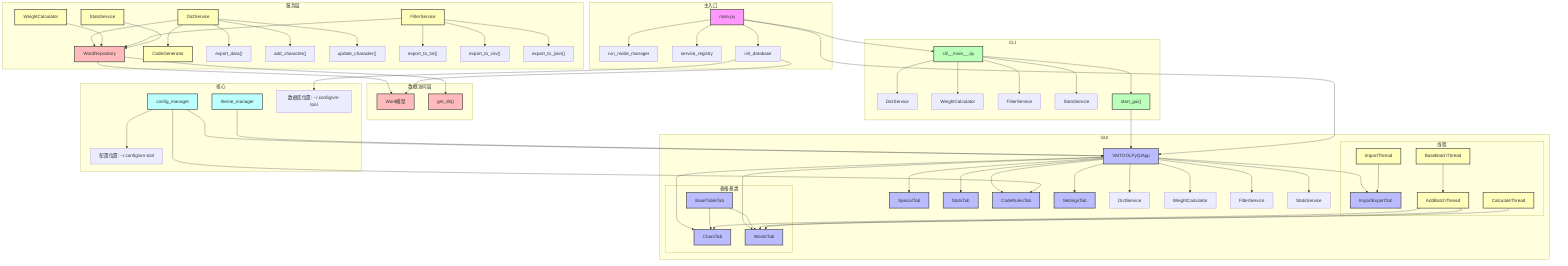
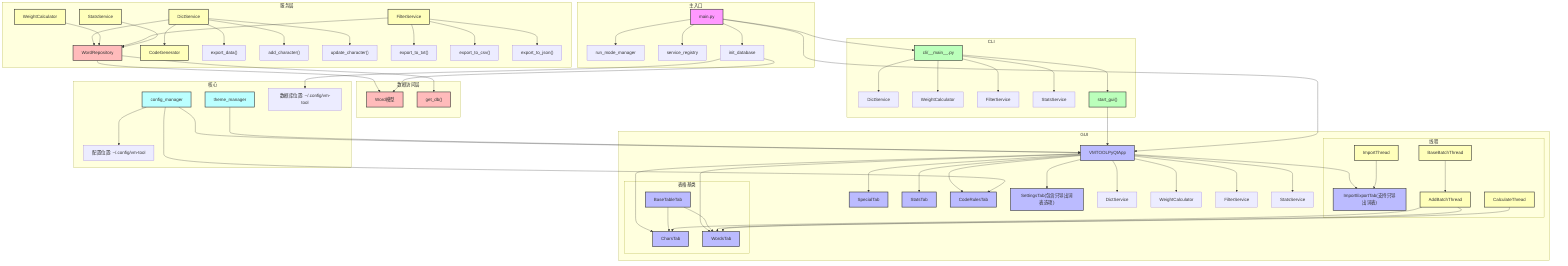
flowchart TD
    subgraph 主入口
        main["main.py"] --> run_mode["run_mode_manager"]
        main --> service_registry["service_registry"]
        main --> init_db["init_database"]
    end

    subgraph GUI
        VMTOOLPyQtApp["VMTOOLPyQtApp"] --> CharsTab["CharsTab"]
        VMTOOLPyQtApp --> SpecialTab["SpecialTab"]
        VMTOOLPyQtApp --> WordsTab["WordsTab"]
        VMTOOLPyQtApp --> StatsTab["StatsTab"]
-         VMTOOLPyQtApp --> ImportExportTab["ImportExportTab"]
+         VMTOOLPyQtApp --> ImportExportTab["ImportExportTab(支持只导出词表)"]
        VMTOOLPyQtApp --> CodeRulesTab["CodeRulesTab"]
-         VMTOOLPyQtApp --> SettingsTab["SettingsTab"]
+         VMTOOLPyQtApp --> SettingsTab["SettingsTab(包含只导出词表选项)"]
        VMTOOLPyQtApp --> DictService_GUI["DictService"]
        VMTOOLPyQtApp --> WeightCalculator_GUI["WeightCalculator"]
        VMTOOLPyQtApp --> FilterService_GUI["FilterService"]
        VMTOOLPyQtApp --> StatsService_GUI["StatsService"]

        subgraph 表格基类
            BaseTableTab["BaseTableTab"] --> WordsTab
            BaseTableTab --> CharsTab
        end

        subgraph 线程
            BaseBatchThread["BaseBatchThread"] --> AddBatchThread["AddBatchThread"]
            AddBatchThread --> WordsTab
            AddBatchThread --> CharsTab
            ImportThread["ImportThread"] --> ImportExportTab
            CalculateThread["CalculateThread"] --> WordsTab
        end
    end

    subgraph CLI
        CLI_Main["cli/__main__.py"] --> DictService_CLI["DictService"]
        CLI_Main --> WeightCalculator_CLI["WeightCalculator"]
        CLI_Main --> FilterService_CLI["FilterService"]
        CLI_Main --> StatsService_CLI["StatsService"]
        CLI_Main --> start_gui["start_gui()"]
        start_gui --> VMTOOLPyQtApp
    end

    subgraph 服务层
        DictService["DictService"] --> WordRepository["WordRepository"]
        DictService --> CodeGenerator["CodeGenerator"]
        DictService --> export_data["export_data()"]
        DictService --> add_character["add_character()"]
        DictService --> update_character["update_character()"]
        WeightCalculator["WeightCalculator"] --> WordRepository
        FilterService["FilterService"] --> WordRepository
        FilterService --> export_to_txt["export_to_txt()"]
        FilterService --> export_to_csv["export_to_csv()"]
        FilterService --> export_to_json["export_to_json()"]
        StatsService["StatsService"] --> WordRepository
    end

    subgraph 数据访问层
        WordRepository --> Word["Word模型"]
        WordRepository --> get_db["get_db()"]
        init_db --> Word
    end

    subgraph 核心
        config_manager["config_manager"] --> VMTOOLPyQtApp
        config_manager --> CodeRulesTab
        theme_manager["theme_manager"] --> VMTOOLPyQtApp
        config_manager --> config_location["配置位置: ~/.config/vm-tool"]
        init_db --> db_location["数据库位置: ~/.config/vm-tool"]
    end

    main --> CLI_Main
    main --> VMTOOLPyQtApp

    classDef main fill:#f9f,stroke:#333,stroke-width:2px;
    classDef gui fill:#bbf,stroke:#333,stroke-width:2px;
    classDef cli fill:#bfb,stroke:#333,stroke-width:2px;
    classDef service fill:#ffb,stroke:#333,stroke-width:2px;
    classDef dal fill:#fbb,stroke:#333,stroke-width:2px;
    classDef core fill:#bff,stroke:#333,stroke-width:2px;

    class main main;
    class VMTOOLPyQtApp,CharsTab,SpecialTab,WordsTab,StatsTab,ImportExportTab,CodeRulesTab,SettingsTab,BaseTableTab gui;
    class CLI_Main,start_gui cli;
    class DictService,WeightCalculator,FilterService,StatsService,CodeGenerator service;
    class WordRepository,Word,get_db,dal dal;
    class config_manager,theme_manager core;
    class BaseBatchThread,AddBatchThread,ImportThread,CalculateThread service;